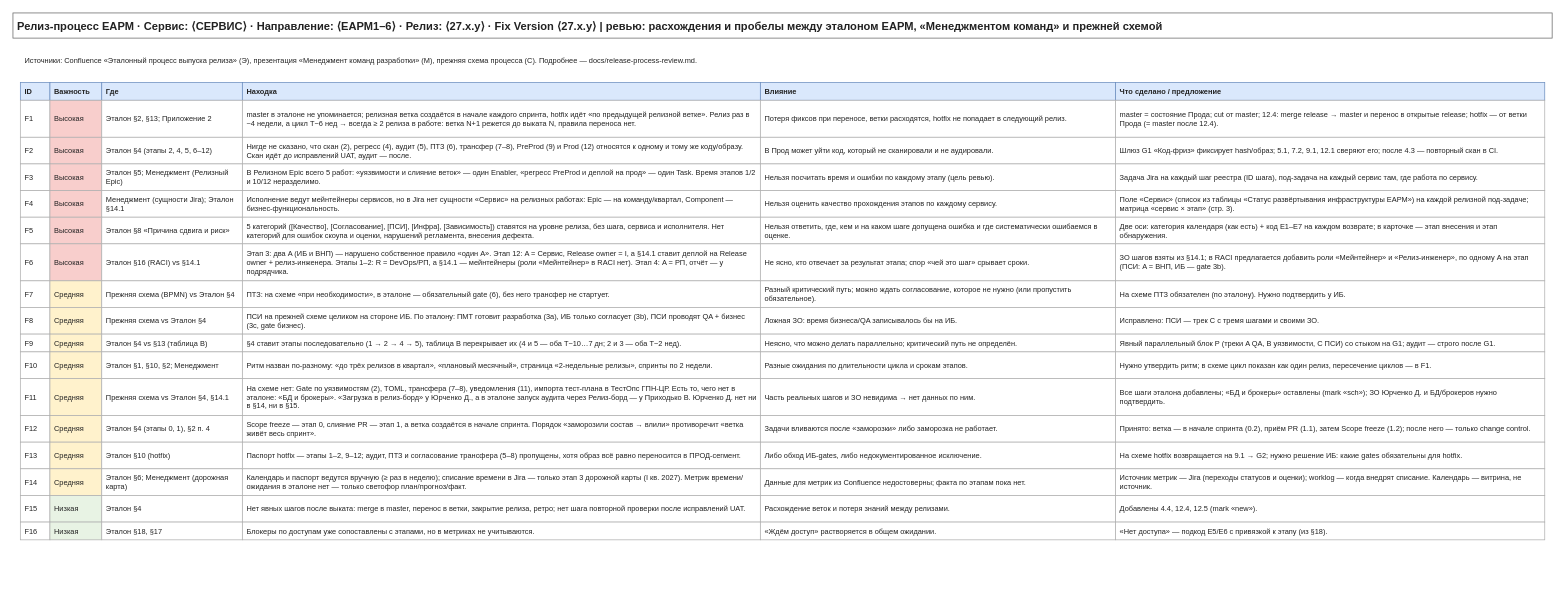
KMNV777/main_arsen keeps this draw.io diagram as page "5. Ревью процессов" (5 of 5) of docs/drawio/10-release-process.drawio. Above is the earlier version. Source tidied: cells renumbered, new cells numbered last; positions are measured from the earlier drawing's top-left corner, leaving out a move shared by most shapes. Both pictures are drawn from the tidied source at 74%, with x=0, y=0 at pixel (13, 13).
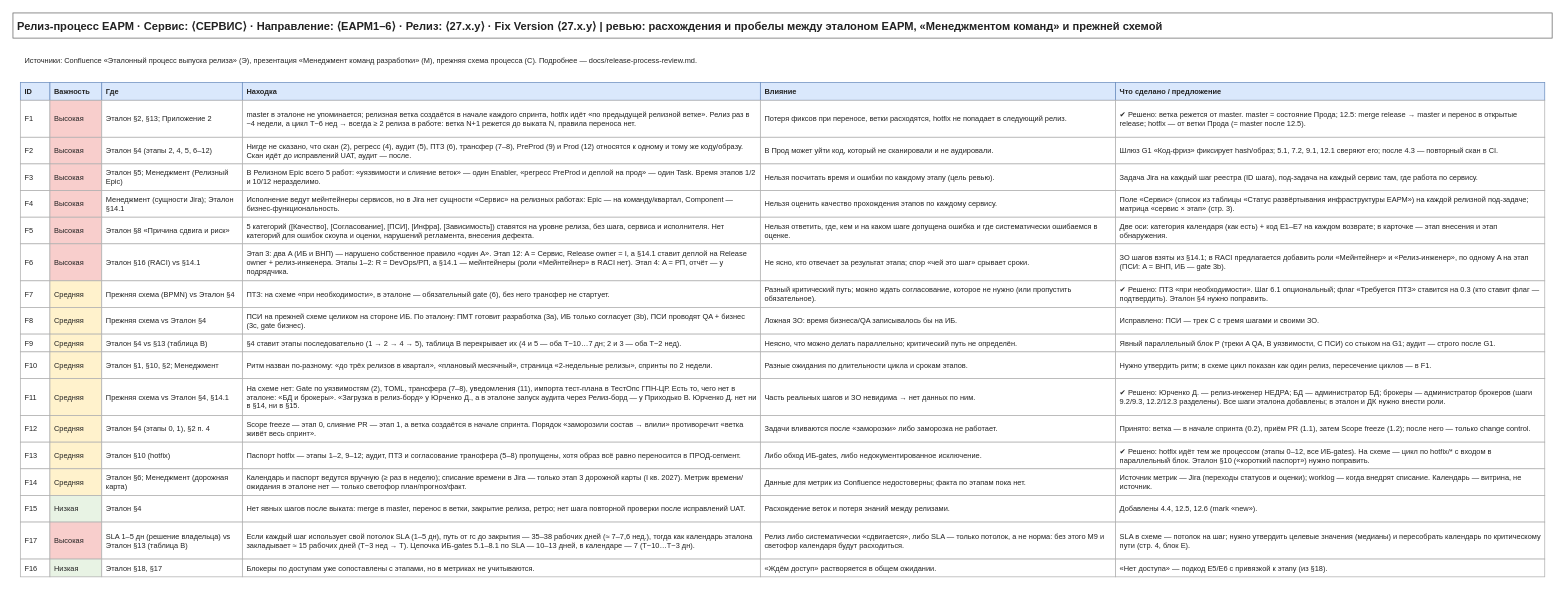
The same page after the edit.

Commit message (it also covers changes not shown here):
Apply process owner decisions: branch from master, optional PTZ, full hotfix process, role clarifications, SLA 1-5 days and critical path

Diff of the diagram source:
```diff
@@
-    <mxCell id="15" value="master = состояние Прода; cut от master; 12.4: merge release → master и перенос в открытые release; hotfix — от ветки Прода (= master после 12.4)." style="rounded=0;whiteSpace=wrap;html=1;fillColor=#FFFFFF;strokeColor=#B0B0B0;strokeWidth=1;fontSize=10;fontColor=#222222;align=left;verticalAlign=middle;spacingLeft=4;spacingRight=4;spacingTop=2;spacingBottom=2;" parent="1" vertex="1">
+    <mxCell id="15" value="✔ Решено: ветка режется от master. master = состояние Прода; 12.5: merge release → master и перенос в открытые release; hotfix — от ветки Прода (= master после 12.5)." style="rounded=0;whiteSpace=wrap;html=1;fillColor=#FFFFFF;strokeColor=#B0B0B0;strokeWidth=1;fontSize=10;fontColor=#222222;align=left;verticalAlign=middle;spacingLeft=4;spacingRight=4;spacingTop=2;spacingBottom=2;" parent="1" vertex="1">
       <mxGeometry x="1490" y="118" width="580" height="50" as="geometry" />
     </mxCell>
@@
-    <mxCell id="51" value="На схеме ПТЗ обязателен (по эталону). Нужно подтвердить у ИБ." style="rounded=0;whiteSpace=wrap;html=1;fillColor=#FFFFFF;strokeColor=#B0B0B0;strokeWidth=1;fontSize=10;fontColor=#222222;align=left;verticalAlign=middle;spacingLeft=4;spacingRight=4;spacingTop=2;spacingBottom=2;" parent="1" vertex="1">
+    <mxCell id="51" value="✔ Решено: ПТЗ «при необходимости». Шаг 6.1 опциональный; флаг «Требуется ПТЗ» ставится на 0.3 (кто ставит флаг — подтвердить). Эталон §4 нужно поправить." style="rounded=0;whiteSpace=wrap;html=1;fillColor=#FFFFFF;strokeColor=#B0B0B0;strokeWidth=1;fontSize=10;fontColor=#222222;align=left;verticalAlign=middle;spacingLeft=4;spacingRight=4;spacingTop=2;spacingBottom=2;" parent="1" vertex="1">
       <mxGeometry x="1490" y="362" width="580" height="36" as="geometry" />
     </mxCell>
@@
-    <mxCell id="75" value="Все шаги эталона добавлены; «БД и брокеры» оставлены (mark «sch»); ЗО Юрченко Д. и БД/брокеров нужно подтвердить." style="rounded=0;whiteSpace=wrap;html=1;fillColor=#FFFFFF;strokeColor=#B0B0B0;strokeWidth=1;fontSize=10;fontColor=#222222;align=left;verticalAlign=middle;spacingLeft=4;spacingRight=4;spacingTop=2;spacingBottom=2;" parent="1" vertex="1">
+    <mxCell id="75" value="✔ Решено: Юрченко Д. — релиз-инженер НЕДРА; БД — администратор БД; брокеры — администратор брокеров (шаги 9.2/9.3, 12.2/12.3 разделены). Все шаги эталона добавлены; в эталон и ДК нужно внести роли." style="rounded=0;whiteSpace=wrap;html=1;fillColor=#FFFFFF;strokeColor=#B0B0B0;strokeWidth=1;fontSize=10;fontColor=#222222;align=left;verticalAlign=middle;spacingLeft=4;spacingRight=4;spacingTop=2;spacingBottom=2;" parent="1" vertex="1">
       <mxGeometry x="1490" y="494" width="580" height="50" as="geometry" />
     </mxCell>
@@
-    <mxCell id="87" value="На схеме hotfix возвращается на 9.1 → G2; нужно решение ИБ: какие gates обязательны для hotfix." style="rounded=0;whiteSpace=wrap;html=1;fillColor=#FFFFFF;strokeColor=#B0B0B0;strokeWidth=1;fontSize=10;fontColor=#222222;align=left;verticalAlign=middle;spacingLeft=4;spacingRight=4;spacingTop=2;spacingBottom=2;" parent="1" vertex="1">
+    <mxCell id="87" value="✔ Решено: hotfix идёт тем же процессом (этапы 0–12, все ИБ-gates). На схеме — цикл по hotfix/* с входом в параллельный блок. Эталон §10 («короткий паспорт») нужно поправить." style="rounded=0;whiteSpace=wrap;html=1;fillColor=#FFFFFF;strokeColor=#B0B0B0;strokeWidth=1;fontSize=10;fontColor=#222222;align=left;verticalAlign=middle;spacingLeft=4;spacingRight=4;spacingTop=2;spacingBottom=2;" parent="1" vertex="1">
       <mxGeometry x="1490" y="580" width="580" height="36" as="geometry" />
     </mxCell>
@@
-    <mxCell id="99" value="Добавлены 4.4, 12.4, 12.5 (mark «new»)." style="rounded=0;whiteSpace=wrap;html=1;fillColor=#FFFFFF;strokeColor=#B0B0B0;strokeWidth=1;fontSize=10;fontColor=#222222;align=left;verticalAlign=middle;spacingLeft=4;spacingRight=4;spacingTop=2;spacingBottom=2;" parent="1" vertex="1">
+    <mxCell id="99" value="Добавлены 4.4, 12.5, 12.6 (mark «new»)." style="rounded=0;whiteSpace=wrap;html=1;fillColor=#FFFFFF;strokeColor=#B0B0B0;strokeWidth=1;fontSize=10;fontColor=#222222;align=left;verticalAlign=middle;spacingLeft=4;spacingRight=4;spacingTop=2;spacingBottom=2;" parent="1" vertex="1">
       <mxGeometry x="1490" y="652" width="580" height="36" as="geometry" />
     </mxCell>
-    <mxCell id="100" value="F16" style="rounded=0;whiteSpace=wrap;html=1;fillColor=#FFFFFF;strokeColor=#B0B0B0;strokeWidth=1;fontSize=10;fontColor=#222222;align=left;verticalAlign=middle;spacingLeft=4;spacingRight=4;spacingTop=2;spacingBottom=2;" parent="1" vertex="1">
-      <mxGeometry x="10" y="688" width="40" height="24" as="geometry" />
+    <mxCell id="100" value="F17" style="rounded=0;whiteSpace=wrap;html=1;fillColor=#FFFFFF;strokeColor=#B0B0B0;strokeWidth=1;fontSize=10;fontColor=#222222;align=left;verticalAlign=middle;spacingLeft=4;spacingRight=4;spacingTop=2;spacingBottom=2;" parent="1" vertex="1">
+      <mxGeometry x="10" y="688" width="40" height="50" as="geometry" />
     </mxCell>
-    <mxCell id="101" value="Низкая" style="rounded=0;whiteSpace=wrap;html=1;fillColor=#E8F3E4;strokeColor=#B0B0B0;strokeWidth=1;fontSize=10;fontColor=#222222;align=left;verticalAlign=middle;spacingLeft=4;spacingRight=4;spacingTop=2;spacingBottom=2;" parent="1" vertex="1">
-      <mxGeometry x="50" y="688" width="70" height="24" as="geometry" />
+    <mxCell id="101" value="Высокая" style="rounded=0;whiteSpace=wrap;html=1;fillColor=#F8CECC;strokeColor=#B0B0B0;strokeWidth=1;fontSize=10;fontColor=#222222;align=left;verticalAlign=middle;spacingLeft=4;spacingRight=4;spacingTop=2;spacingBottom=2;" parent="1" vertex="1">
+      <mxGeometry x="50" y="688" width="70" height="50" as="geometry" />
     </mxCell>
-    <mxCell id="102" value="Эталон §18, §17" style="rounded=0;whiteSpace=wrap;html=1;fillColor=#FFFFFF;strokeColor=#B0B0B0;strokeWidth=1;fontSize=10;fontColor=#222222;align=left;verticalAlign=middle;spacingLeft=4;spacingRight=4;spacingTop=2;spacingBottom=2;" parent="1" vertex="1">
-      <mxGeometry x="120" y="688" width="190" height="24" as="geometry" />
+    <mxCell id="102" value="SLA 1–5 дн (решение владельца) vs Эталон §13 (таблица B)" style="rounded=0;whiteSpace=wrap;html=1;fillColor=#FFFFFF;strokeColor=#B0B0B0;strokeWidth=1;fontSize=10;fontColor=#222222;align=left;verticalAlign=middle;spacingLeft=4;spacingRight=4;spacingTop=2;spacingBottom=2;" parent="1" vertex="1">
+      <mxGeometry x="120" y="688" width="190" height="50" as="geometry" />
     </mxCell>
-    <mxCell id="103" value="Блокеры по доступам уже сопоставлены с этапами, но в метриках не учитываются." style="rounded=0;whiteSpace=wrap;html=1;fillColor=#FFFFFF;strokeColor=#B0B0B0;strokeWidth=1;fontSize=10;fontColor=#222222;align=left;verticalAlign=middle;spacingLeft=4;spacingRight=4;spacingTop=2;spacingBottom=2;" parent="1" vertex="1">
-      <mxGeometry x="310" y="688" width="700" height="24" as="geometry" />
+    <mxCell id="103" value="Если каждый шаг использует свой потолок SLA (1–5 дн), путь от rc до закрытия — 35–38 рабочих дней (≈ 7–7,6 нед.), тогда как календарь эталона закладывает ≈ 15 рабочих дней (T−3 нед → T). Цепочка ИБ-gates 5.1–8.1 по SLA — 10–13 дней, в календаре — 7 (T−10…T−3 дн)." style="rounded=0;whiteSpace=wrap;html=1;fillColor=#FFFFFF;strokeColor=#B0B0B0;strokeWidth=1;fontSize=10;fontColor=#222222;align=left;verticalAlign=middle;spacingLeft=4;spacingRight=4;spacingTop=2;spacingBottom=2;" parent="1" vertex="1">
+      <mxGeometry x="310" y="688" width="700" height="50" as="geometry" />
     </mxCell>
-    <mxCell id="104" value="«Ждём доступ» растворяется в общем ожидании." style="rounded=0;whiteSpace=wrap;html=1;fillColor=#FFFFFF;strokeColor=#B0B0B0;strokeWidth=1;fontSize=10;fontColor=#222222;align=left;verticalAlign=middle;spacingLeft=4;spacingRight=4;spacingTop=2;spacingBottom=2;" parent="1" vertex="1">
-      <mxGeometry x="1010" y="688" width="480" height="24" as="geometry" />
+    <mxCell id="104" value="Релиз либо систематически «сдвигается», либо SLA — только потолок, а не норма: без этого M9 и светофор календаря будут расходиться." style="rounded=0;whiteSpace=wrap;html=1;fillColor=#FFFFFF;strokeColor=#B0B0B0;strokeWidth=1;fontSize=10;fontColor=#222222;align=left;verticalAlign=middle;spacingLeft=4;spacingRight=4;spacingTop=2;spacingBottom=2;" parent="1" vertex="1">
+      <mxGeometry x="1010" y="688" width="480" height="50" as="geometry" />
     </mxCell>
-    <mxCell id="105" value="«Нет доступа» — подкод E5/E6 с привязкой к этапу (из §18)." style="rounded=0;whiteSpace=wrap;html=1;fillColor=#FFFFFF;strokeColor=#B0B0B0;strokeWidth=1;fontSize=10;fontColor=#222222;align=left;verticalAlign=middle;spacingLeft=4;spacingRight=4;spacingTop=2;spacingBottom=2;" parent="1" vertex="1">
-      <mxGeometry x="1490" y="688" width="580" height="24" as="geometry" />
+    <mxCell id="105" value="SLA в схеме — потолок на шаг; нужно утвердить целевые значения (медианы) и пересобрать календарь по критическому пути (стр. 4, блок E)." style="rounded=0;whiteSpace=wrap;html=1;fillColor=#FFFFFF;strokeColor=#B0B0B0;strokeWidth=1;fontSize=10;fontColor=#222222;align=left;verticalAlign=middle;spacingLeft=4;spacingRight=4;spacingTop=2;spacingBottom=2;" parent="1" vertex="1">
+      <mxGeometry x="1490" y="688" width="580" height="50" as="geometry" />
     </mxCell>
+    <mxCell id="106" value="F16" style="rounded=0;whiteSpace=wrap;html=1;fillColor=#FFFFFF;strokeColor=#B0B0B0;strokeWidth=1;fontSize=10;fontColor=#222222;align=left;verticalAlign=middle;spacingLeft=4;spacingRight=4;spacingTop=2;spacingBottom=2;" parent="1" vertex="1">
+      <mxGeometry x="10" y="738" width="40" height="24" as="geometry" />
+    </mxCell>
+    <mxCell id="107" value="Низкая" style="rounded=0;whiteSpace=wrap;html=1;fillColor=#E8F3E4;strokeColor=#B0B0B0;strokeWidth=1;fontSize=10;fontColor=#222222;align=left;verticalAlign=middle;spacingLeft=4;spacingRight=4;spacingTop=2;spacingBottom=2;" parent="1" vertex="1">
+      <mxGeometry x="50" y="738" width="70" height="24" as="geometry" />
+    </mxCell>
+    <mxCell id="108" value="Эталон §18, §17" style="rounded=0;whiteSpace=wrap;html=1;fillColor=#FFFFFF;strokeColor=#B0B0B0;strokeWidth=1;fontSize=10;fontColor=#222222;align=left;verticalAlign=middle;spacingLeft=4;spacingRight=4;spacingTop=2;spacingBottom=2;" parent="1" vertex="1">
+      <mxGeometry x="120" y="738" width="190" height="24" as="geometry" />
+    </mxCell>
+    <mxCell id="109" value="Блокеры по доступам уже сопоставлены с этапами, но в метриках не учитываются." style="rounded=0;whiteSpace=wrap;html=1;fillColor=#FFFFFF;strokeColor=#B0B0B0;strokeWidth=1;fontSize=10;fontColor=#222222;align=left;verticalAlign=middle;spacingLeft=4;spacingRight=4;spacingTop=2;spacingBottom=2;" parent="1" vertex="1">
+      <mxGeometry x="310" y="738" width="700" height="24" as="geometry" />
+    </mxCell>
+    <mxCell id="110" value="«Ждём доступ» растворяется в общем ожидании." style="rounded=0;whiteSpace=wrap;html=1;fillColor=#FFFFFF;strokeColor=#B0B0B0;strokeWidth=1;fontSize=10;fontColor=#222222;align=left;verticalAlign=middle;spacingLeft=4;spacingRight=4;spacingTop=2;spacingBottom=2;" parent="1" vertex="1">
+      <mxGeometry x="1010" y="738" width="480" height="24" as="geometry" />
+    </mxCell>
+    <mxCell id="111" value="«Нет доступа» — подкод E5/E6 с привязкой к этапу (из §18)." style="rounded=0;whiteSpace=wrap;html=1;fillColor=#FFFFFF;strokeColor=#B0B0B0;strokeWidth=1;fontSize=10;fontColor=#222222;align=left;verticalAlign=middle;spacingLeft=4;spacingRight=4;spacingTop=2;spacingBottom=2;" parent="1" vertex="1">
+      <mxGeometry x="1490" y="738" width="580" height="24" as="geometry" />
+    </mxCell>
```
